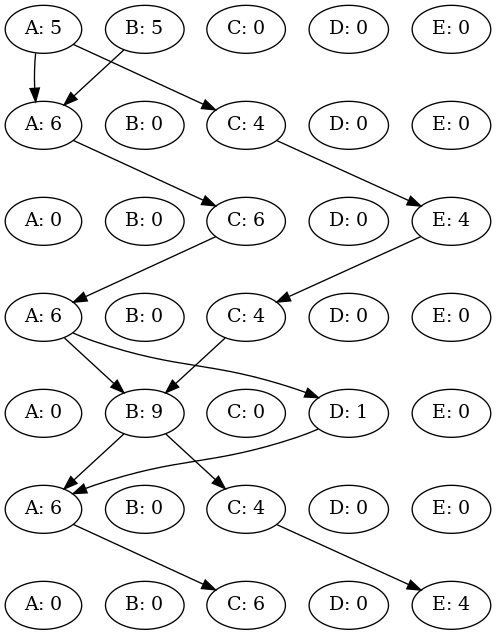
Above: patched.png in TieneSabor/slugs_swarmPlanner (Graphviz), before the change. Its source is kept beside it as Patched.dot. Its diagram source:
```dot
digraph {
A0 [label="A: 5"];
B0 [label="B: 5"];
C0 [label="C: 0"];
D0 [label="D: 0"];
E0 [label="E: 0"];
rank = same {A0 -> B0 -> C0 -> D0 -> E0 [style=invis] }A1 [label="A: 6"];
B1 [label="B: 0"];
C1 [label="C: 4"];
D1 [label="D: 0"];
E1 [label="E: 0"];
rank = same {A1 -> B1 -> C1 -> D1 -> E1 [style=invis] }A0 -> A1
A0 -> C1
B0 -> A1
A2 [label="A: 0"];
B2 [label="B: 0"];
C2 [label="C: 6"];
D2 [label="D: 0"];
E2 [label="E: 4"];
rank = same {A2 -> B2 -> C2 -> D2 -> E2 [style=invis] }A1 -> C2
C1 -> E2
A3 [label="A: 6"];
B3 [label="B: 0"];
C3 [label="C: 4"];
D3 [label="D: 0"];
E3 [label="E: 0"];
rank = same {A3 -> B3 -> C3 -> D3 -> E3 [style=invis] }C2 -> A3
E2 -> C3
A4 [label="A: 0"];
B4 [label="B: 9"];
C4 [label="C: 0"];
D4 [label="D: 1"];
E4 [label="E: 0"];
rank = same {A4 -> B4 -> C4 -> D4 -> E4 [style=invis] }A3 -> B4
A3 -> D4
C3 -> B4
A5 [label="A: 6"];
B5 [label="B: 0"];
C5 [label="C: 4"];
D5 [label="D: 0"];
E5 [label="E: 0"];
rank = same {A5 -> B5 -> C5 -> D5 -> E5 [style=invis] }B4 -> A5
B4 -> C5
D4 -> A5
A6 [label="A: 0"];
B6 [label="B: 0"];
C6 [label="C: 6"];
D6 [label="D: 0"];
E6 [label="E: 4"];
rank = same {A6 -> B6 -> C6 -> D6 -> E6 [style=invis] }A5 -> C6
C5 -> E6
A0 -> A1 -> A2 -> A3 -> A4 -> A5 -> A6 [ style=invis; weight=1000 ]
E0 -> E1 -> E2 -> E3 -> E4 -> E5 -> E6 [ style=invis; weight=1000 ]
}
```
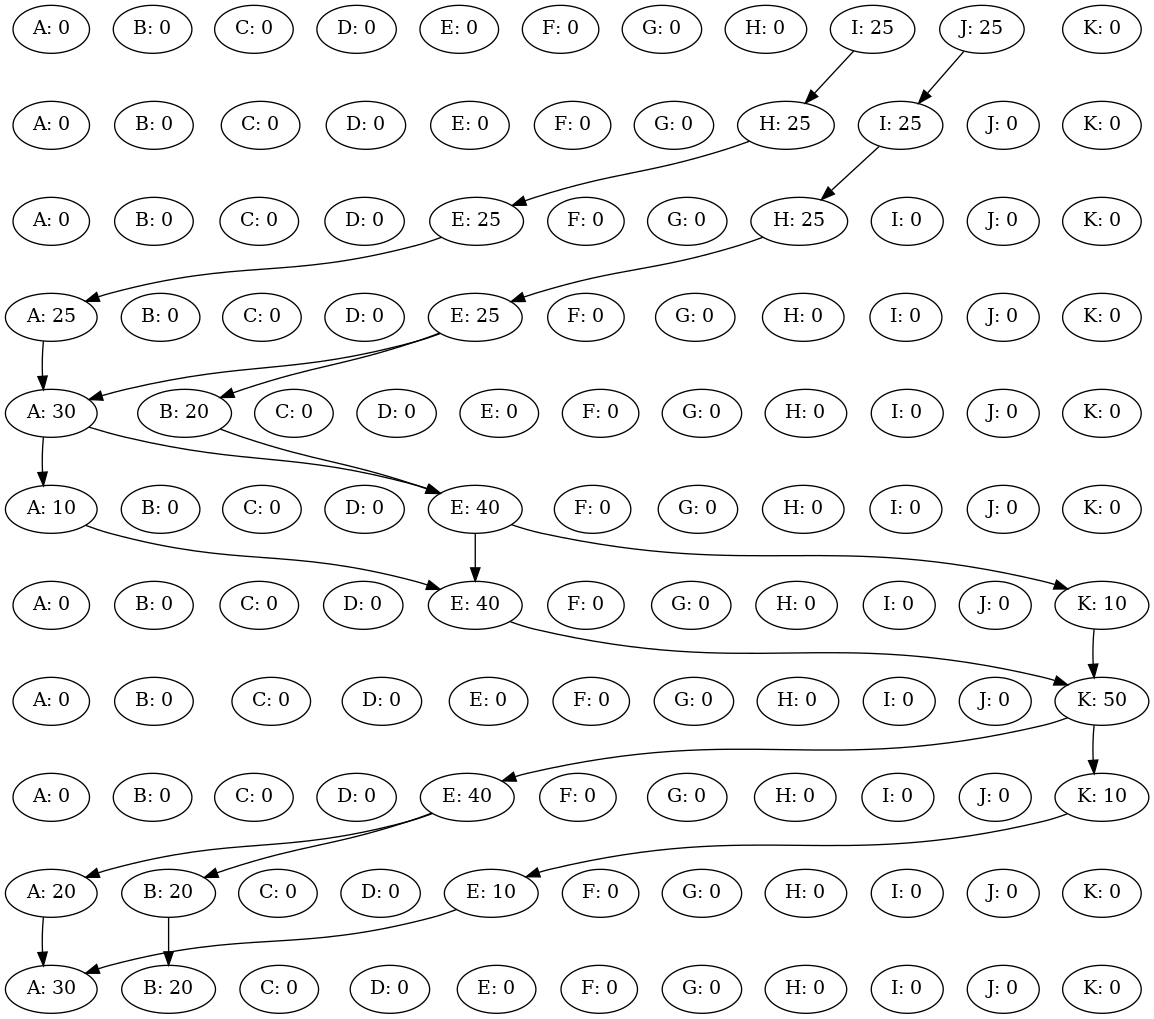
Later version of the same file.

The edit, as a diff of the source:
```diff
@@ -1,54 +1,150 @@
 digraph {
-A0 [label="A: 5"];
-B0 [label="B: 5"];
+A0 [label="A: 0"];
+B0 [label="B: 0"];
 C0 [label="C: 0"];
 D0 [label="D: 0"];
 E0 [label="E: 0"];
-rank = same {A0 -> B0 -> C0 -> D0 -> E0 [style=invis] }A1 [label="A: 6"];
+F0 [label="F: 0"];
+G0 [label="G: 0"];
+H0 [label="H: 0"];
+I0 [label="I: 25"];
+J0 [label="J: 25"];
+K0 [label="K: 0"];
+rank = same {A0 -> B0 -> C0 -> D0 -> E0 -> F0 -> G0 -> H0 -> I0 -> J0 -> K0 [style=invis] }A1 [label="A: 0"];
 B1 [label="B: 0"];
-C1 [label="C: 4"];
+C1 [label="C: 0"];
 D1 [label="D: 0"];
 E1 [label="E: 0"];
-rank = same {A1 -> B1 -> C1 -> D1 -> E1 [style=invis] }A0 -> A1
-A0 -> C1
-B0 -> A1
+F1 [label="F: 0"];
+G1 [label="G: 0"];
+H1 [label="H: 25"];
+I1 [label="I: 25"];
+J1 [label="J: 0"];
+K1 [label="K: 0"];
+rank = same {A1 -> B1 -> C1 -> D1 -> E1 -> F1 -> G1 -> H1 -> I1 -> J1 -> K1 [style=invis] }I0 -> H1
+J0 -> I1
 A2 [label="A: 0"];
 B2 [label="B: 0"];
-C2 [label="C: 6"];
+C2 [label="C: 0"];
 D2 [label="D: 0"];
-E2 [label="E: 4"];
-rank = same {A2 -> B2 -> C2 -> D2 -> E2 [style=invis] }A1 -> C2
-C1 -> E2
-A3 [label="A: 6"];
+E2 [label="E: 25"];
+F2 [label="F: 0"];
+G2 [label="G: 0"];
+H2 [label="H: 25"];
+I2 [label="I: 0"];
+J2 [label="J: 0"];
+K2 [label="K: 0"];
+rank = same {A2 -> B2 -> C2 -> D2 -> E2 -> F2 -> G2 -> H2 -> I2 -> J2 -> K2 [style=invis] }H1 -> E2
+I1 -> H2
+A3 [label="A: 25"];
 B3 [label="B: 0"];
-C3 [label="C: 4"];
+C3 [label="C: 0"];
 D3 [label="D: 0"];
-E3 [label="E: 0"];
-rank = same {A3 -> B3 -> C3 -> D3 -> E3 [style=invis] }C2 -> A3
-E2 -> C3
-A4 [label="A: 0"];
-B4 [label="B: 9"];
+E3 [label="E: 25"];
+F3 [label="F: 0"];
+G3 [label="G: 0"];
+H3 [label="H: 0"];
+I3 [label="I: 0"];
+J3 [label="J: 0"];
+K3 [label="K: 0"];
+rank = same {A3 -> B3 -> C3 -> D3 -> E3 -> F3 -> G3 -> H3 -> I3 -> J3 -> K3 [style=invis] }E2 -> A3
+H2 -> E3
+A4 [label="A: 30"];
+B4 [label="B: 20"];
 C4 [label="C: 0"];
-D4 [label="D: 1"];
+D4 [label="D: 0"];
 E4 [label="E: 0"];
-rank = same {A4 -> B4 -> C4 -> D4 -> E4 [style=invis] }A3 -> B4
-A3 -> D4
-C3 -> B4
-A5 [label="A: 6"];
+F4 [label="F: 0"];
+G4 [label="G: 0"];
+H4 [label="H: 0"];
+I4 [label="I: 0"];
+J4 [label="J: 0"];
+K4 [label="K: 0"];
+rank = same {A4 -> B4 -> C4 -> D4 -> E4 -> F4 -> G4 -> H4 -> I4 -> J4 -> K4 [style=invis] }A3 -> A4
+E3 -> A4
+E3 -> B4
+A5 [label="A: 10"];
 B5 [label="B: 0"];
-C5 [label="C: 4"];
+C5 [label="C: 0"];
 D5 [label="D: 0"];
-E5 [label="E: 0"];
-rank = same {A5 -> B5 -> C5 -> D5 -> E5 [style=invis] }B4 -> A5
-B4 -> C5
-D4 -> A5
+E5 [label="E: 40"];
+F5 [label="F: 0"];
+G5 [label="G: 0"];
+H5 [label="H: 0"];
+I5 [label="I: 0"];
+J5 [label="J: 0"];
+K5 [label="K: 0"];
+rank = same {A5 -> B5 -> C5 -> D5 -> E5 -> F5 -> G5 -> H5 -> I5 -> J5 -> K5 [style=invis] }A4 -> A5
+A4 -> E5
+B4 -> E5
 A6 [label="A: 0"];
 B6 [label="B: 0"];
-C6 [label="C: 6"];
+C6 [label="C: 0"];
 D6 [label="D: 0"];
-E6 [label="E: 4"];
-rank = same {A6 -> B6 -> C6 -> D6 -> E6 [style=invis] }A5 -> C6
-C5 -> E6
-A0 -> A1 -> A2 -> A3 -> A4 -> A5 -> A6 [ style=invis; weight=1000 ]
-E0 -> E1 -> E2 -> E3 -> E4 -> E5 -> E6 [ style=invis; weight=1000 ]
+E6 [label="E: 40"];
+F6 [label="F: 0"];
+G6 [label="G: 0"];
+H6 [label="H: 0"];
+I6 [label="I: 0"];
+J6 [label="J: 0"];
+K6 [label="K: 10"];
+rank = same {A6 -> B6 -> C6 -> D6 -> E6 -> F6 -> G6 -> H6 -> I6 -> J6 -> K6 [style=invis] }A5 -> E6
+E5 -> E6
+E5 -> K6
+A7 [label="A: 0"];
+B7 [label="B: 0"];
+C7 [label="C: 0"];
+D7 [label="D: 0"];
+E7 [label="E: 0"];
+F7 [label="F: 0"];
+G7 [label="G: 0"];
+H7 [label="H: 0"];
+I7 [label="I: 0"];
+J7 [label="J: 0"];
+K7 [label="K: 50"];
+rank = same {A7 -> B7 -> C7 -> D7 -> E7 -> F7 -> G7 -> H7 -> I7 -> J7 -> K7 [style=invis] }E6 -> K7
+K6 -> K7
+A8 [label="A: 0"];
+B8 [label="B: 0"];
+C8 [label="C: 0"];
+D8 [label="D: 0"];
+E8 [label="E: 40"];
+F8 [label="F: 0"];
+G8 [label="G: 0"];
+H8 [label="H: 0"];
+I8 [label="I: 0"];
+J8 [label="J: 0"];
+K8 [label="K: 10"];
+rank = same {A8 -> B8 -> C8 -> D8 -> E8 -> F8 -> G8 -> H8 -> I8 -> J8 -> K8 [style=invis] }K7 -> E8
+K7 -> K8
+A9 [label="A: 20"];
+B9 [label="B: 20"];
+C9 [label="C: 0"];
+D9 [label="D: 0"];
+E9 [label="E: 10"];
+F9 [label="F: 0"];
+G9 [label="G: 0"];
+H9 [label="H: 0"];
+I9 [label="I: 0"];
+J9 [label="J: 0"];
+K9 [label="K: 0"];
+rank = same {A9 -> B9 -> C9 -> D9 -> E9 -> F9 -> G9 -> H9 -> I9 -> J9 -> K9 [style=invis] }E8 -> A9
+E8 -> B9
+K8 -> E9
+A10 [label="A: 30"];
+B10 [label="B: 20"];
+C10 [label="C: 0"];
+D10 [label="D: 0"];
+E10 [label="E: 0"];
+F10 [label="F: 0"];
+G10 [label="G: 0"];
+H10 [label="H: 0"];
+I10 [label="I: 0"];
+J10 [label="J: 0"];
+K10 [label="K: 0"];
+rank = same {A10 -> B10 -> C10 -> D10 -> E10 -> F10 -> G10 -> H10 -> I10 -> J10 -> K10 [style=invis] }A9 -> A10
+B9 -> B10
+E9 -> A10
+A0 -> A1 -> A2 -> A3 -> A4 -> A5 -> A6 -> A7 -> A8 -> A9 -> A10 [ style=invis; weight=1000 ]
+K0 -> K1 -> K2 -> K3 -> K4 -> K5 -> K6 -> K7 -> K8 -> K9 -> K10 [ style=invis; weight=1000 ]
 }
```
